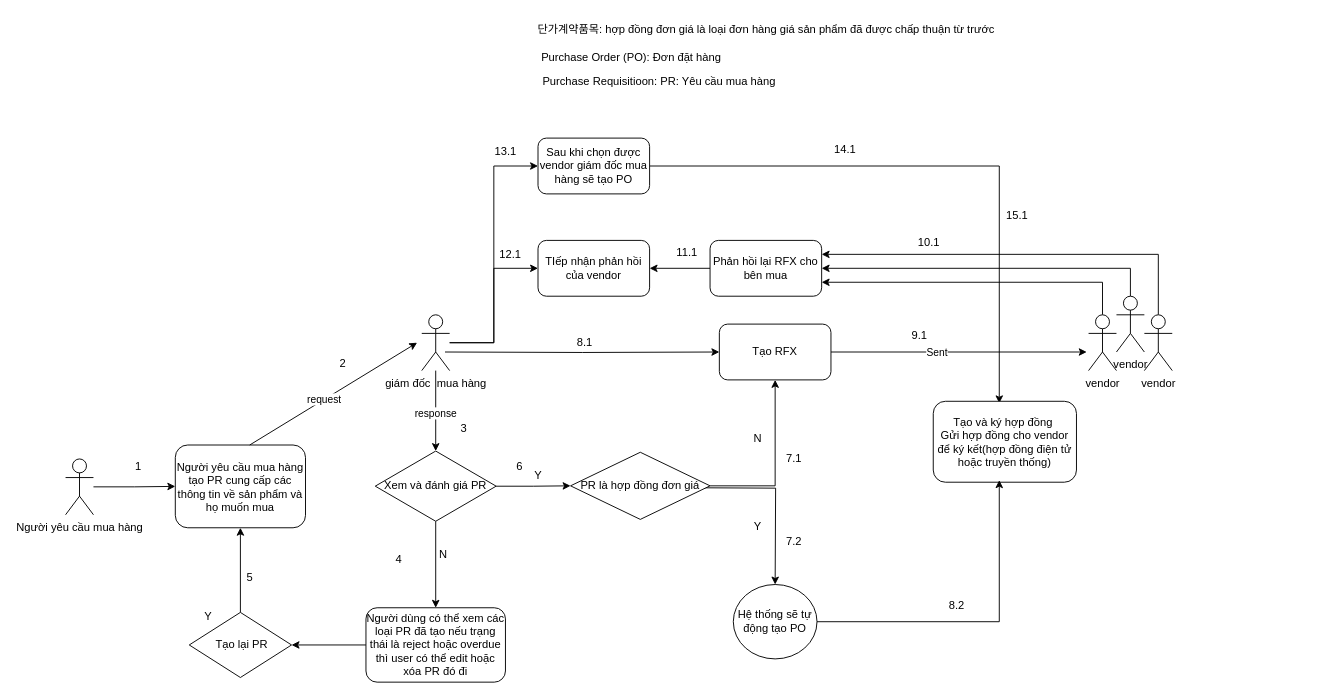
Above: Untitled Diagram.drawio in anhhe/hotel_manage (draw.io), before the change. Source tidied: cells renumbered, new cells numbered last; positions are measured from the earlier drawing's top-left corner, leaving out a move shared by most shapes. Both pictures are drawn from the tidied source at 93%, with x=0, y=0 at pixel (65, 16).
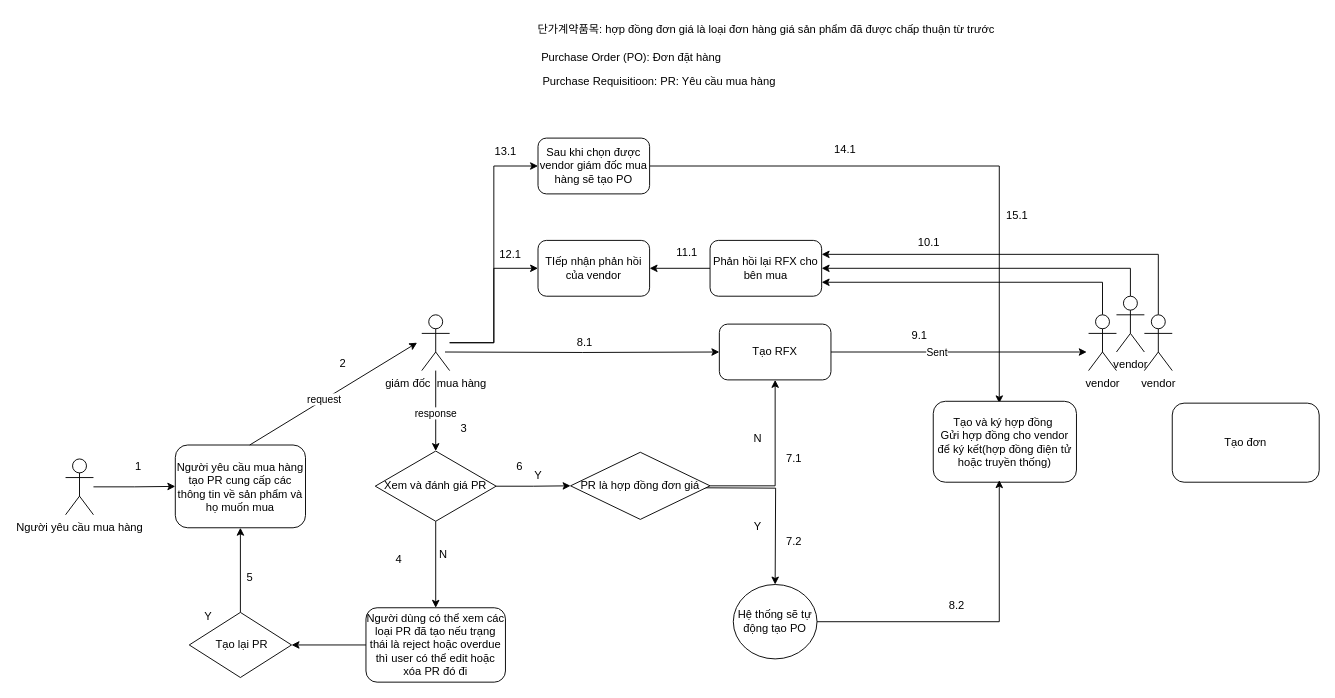
Above is the later version.

Diff of the diagram source:
```diff
@@
+    <mxCell id="65" value="Tạo đơn" style="rounded=1;whiteSpace=wrap;html=1;" parent="1" vertex="1">
+      <mxGeometry x="1190" y="416" width="158" height="85" as="geometry" />
+    </mxCell>
```
